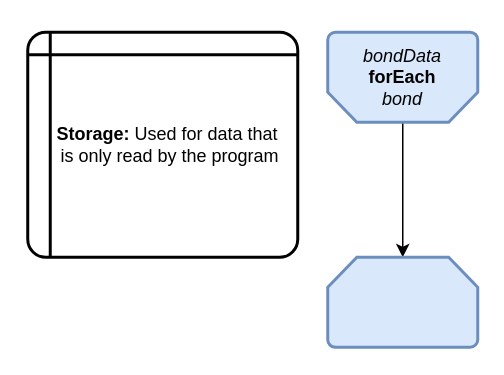
Before: page "Legenda" (2 of 2) of Diagram zonder titel.drawio in Reefter7/PWS-FLOWCHARTS, a draw.io diagram. Source tidied: cells renumbered, new cells numbered last; positions are measured from the earlier drawing's top-left corner, leaving out a move shared by most shapes. Both pictures are drawn from the tidied source at 150%, with x=0, y=0 at pixel (27, 32).
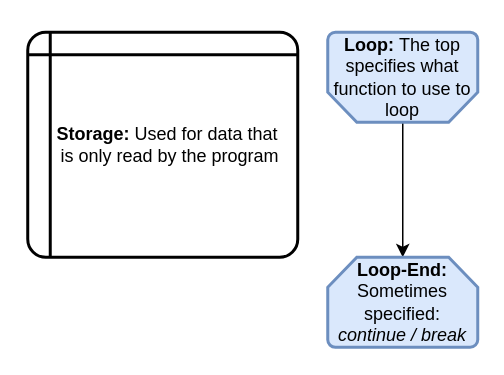
After the change.

Change to the diagram source:
```diff
@@
 <mxGraphModel>
   <root>
     <mxCell id="0" />
     <mxCell id="1" parent="0" />
     <mxCell id="2" value="&lt;b&gt;&amp;nbsp; Storage: &lt;/b&gt;Used for data that &lt;br&gt;&amp;nbsp; &amp;nbsp; is only read by the program&amp;nbsp;" style="shape=internalStorage;whiteSpace=wrap;html=1;dx=15;dy=15;rounded=1;arcSize=8;strokeWidth=2;" parent="1" vertex="1">
       <mxGeometry width="180" height="150" as="geometry" />
     </mxCell>
     <mxCell id="3" style="edgeStyle=orthogonalEdgeStyle;rounded=0;jettySize=auto;html=1;exitX=0.5;exitY=0;exitDx=0;exitDy=0;exitPerimeter=0;entryX=0.5;entryY=0;entryDx=0;entryDy=0;entryPerimeter=0;" parent="1" edge="1" source="4" target="5">
       <mxGeometry relative="1" as="geometry" />
     </mxCell>
     <mxCell id="4" style="strokeWidth=2;html=1;shape=mxgraph.flowchart.loop_limit;whiteSpace=wrap;rotation=-180;textDirection=ltr;horizontal=1;direction=east;fillColor=#dae8fc;strokeColor=#6c8ebf;fontStyle=1;" parent="1" vertex="1">
       <mxGeometry x="200" width="100" height="60" as="geometry" />
     </mxCell>
-    <mxCell id="5" style="strokeWidth=2;html=1;shape=mxgraph.flowchart.loop_limit;whiteSpace=wrap;fillColor=#dae8fc;strokeColor=#6c8ebf;fontStyle=1;" parent="1" vertex="1">
+    <mxCell id="5" value="Loop-End:&lt;br&gt;&lt;span style=&quot;font-weight: 400;&quot;&gt;Sometimes specified: &lt;i&gt;continue / break&lt;/i&gt;&lt;/span&gt;" style="strokeWidth=2;html=1;shape=mxgraph.flowchart.loop_limit;whiteSpace=wrap;fillColor=#dae8fc;strokeColor=#6c8ebf;fontStyle=1;" parent="1" vertex="1">
       <mxGeometry x="200" y="150" width="100" height="60" as="geometry" />
     </mxCell>
-    <mxCell id="6" value="&lt;i style=&quot;font-weight: normal;&quot;&gt;bondData&lt;/i&gt;&lt;br&gt;&lt;span&gt;forEach&lt;/span&gt;&lt;br&gt;&lt;i style=&quot;font-weight: normal;&quot;&gt;bond&lt;/i&gt;" style="text;html=1;strokeColor=none;fillColor=none;align=center;verticalAlign=middle;whiteSpace=wrap;fontStyle=1;" parent="1" vertex="1">
-      <mxGeometry x="220" y="15" width="60" height="30" as="geometry" />
+    <mxCell id="6" value="Loop: &lt;span style=&quot;font-weight: 400;&quot;&gt;The top specifies what function to use to loop&lt;/span&gt;" style="text;html=1;strokeColor=none;fillColor=none;align=center;verticalAlign=middle;whiteSpace=wrap;fontStyle=1;" parent="1" vertex="1">
+      <mxGeometry x="200" y="-4.5" width="100" height="69" as="geometry" />
     </mxCell>
   </root>
 </mxGraphModel>
```
